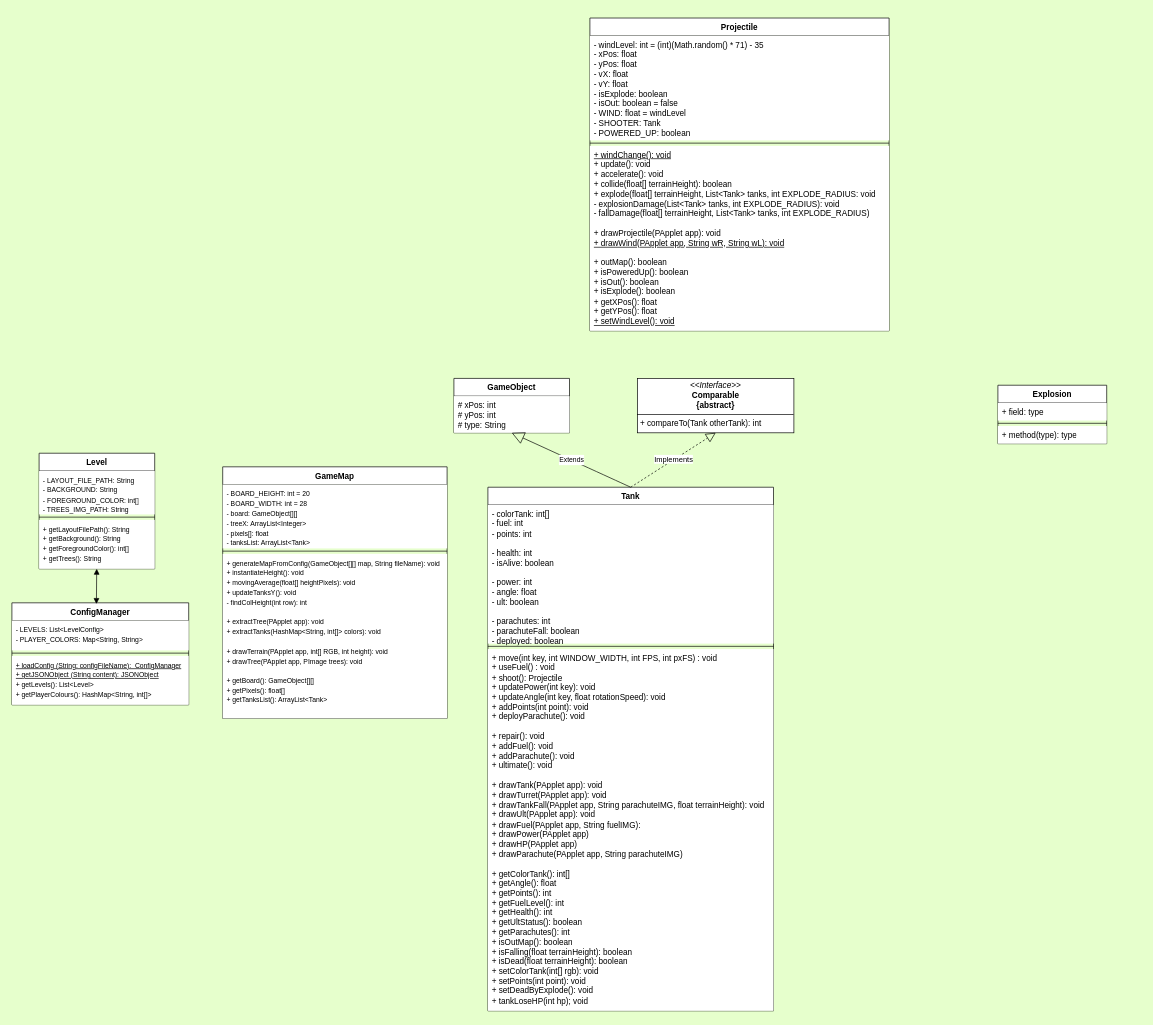
Before: Tanks Layout.drawio in NguyenChHieu/Tanks, a draw.io diagram. Source tidied: cells renumbered, new cells numbered last; positions are measured from the earlier drawing's top-left corner, leaving out a move shared by most shapes. Both pictures are drawn from the tidied source at 68%, with x=0, y=0 at pixel (12, 18).
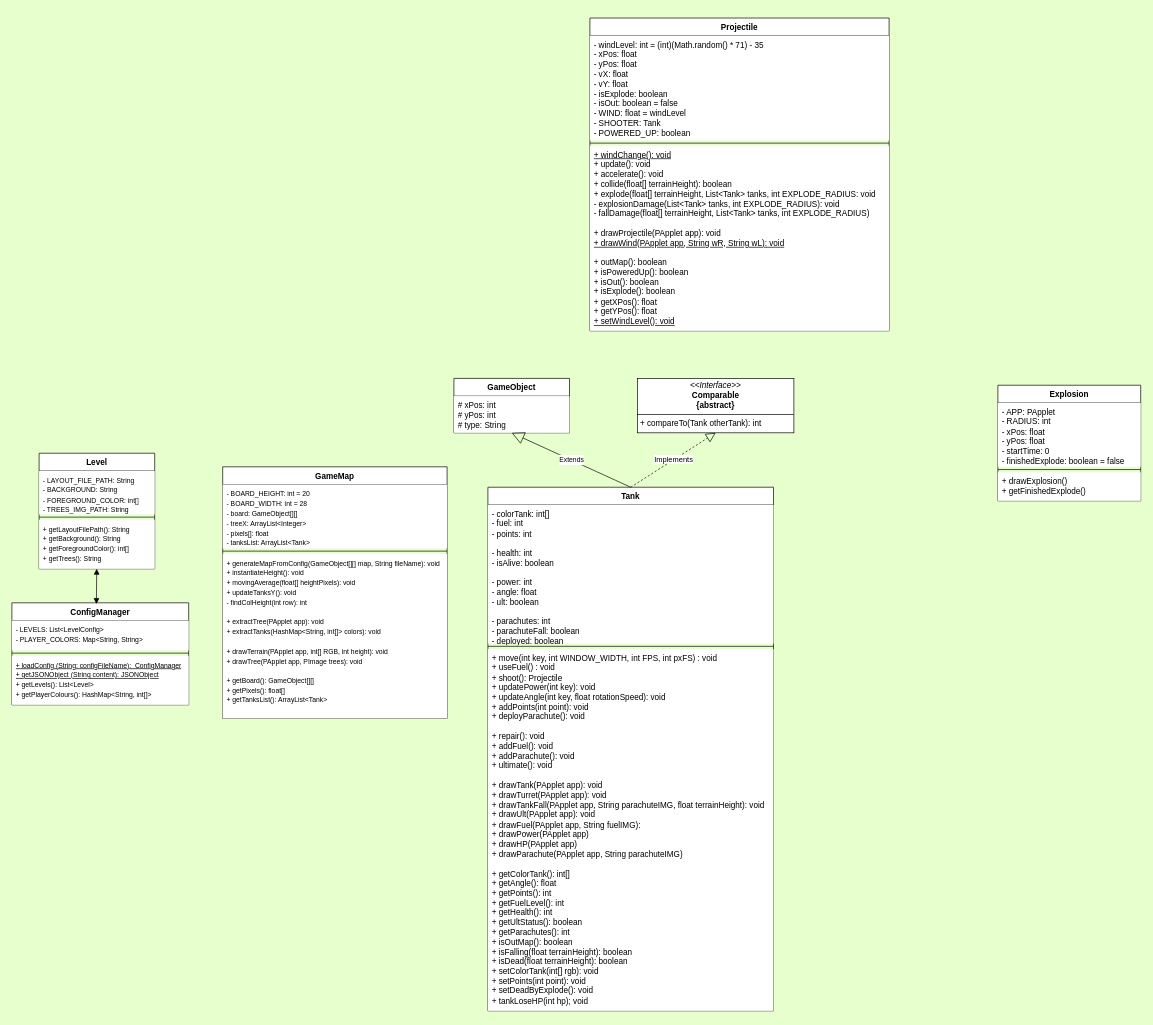
After the change.

The edit, as a diff of the source:
```diff
@@
     <mxCell id="30" value="Explosion" style="swimlane;fontStyle=1;align=center;verticalAlign=top;horizontal=1;startSize=26;whiteSpace=wrap;html=1;" parent="1" vertex="1">
-      <mxGeometry x="1450" y="540" width="160" height="86" as="geometry" />
+      <mxGeometry x="1450" y="540" width="210" height="170" as="geometry" />
     </mxCell>
-    <mxCell id="31" value="+ field: type" style="text;strokeColor=none;fillColor=default;align=left;verticalAlign=top;spacingLeft=4;spacingRight=4;overflow=hidden;whiteSpace=wrap;html=1;" parent="30" vertex="1">
-      <mxGeometry y="26" width="160" height="26" as="geometry" />
+    <mxCell id="31" value="- APP: PApplet&lt;div&gt;- RADIUS: int&lt;br&gt;&lt;/div&gt;&lt;div&gt;- xPos: float&lt;/div&gt;&lt;div&gt;- yPos: float&lt;/div&gt;&lt;div&gt;- startTime: 0&lt;/div&gt;&lt;div&gt;- finishedExplode: boolean = false&lt;/div&gt;" style="text;strokeColor=none;fillColor=default;align=left;verticalAlign=top;spacingLeft=4;spacingRight=4;overflow=hidden;whiteSpace=wrap;html=1;" parent="30" vertex="1">
+      <mxGeometry y="26" width="210" height="94" as="geometry" />
     </mxCell>
     <mxCell id="32" style="line;strokeWidth=1;fillColor=none;align=left;verticalAlign=middle;spacingTop=-1;spacingLeft=3;spacingRight=3;labelPosition=right;strokeColor=inherit;" parent="30" vertex="1">
-      <mxGeometry y="52" width="160" height="8" as="geometry" />
+      <mxGeometry y="120" width="210" height="8" as="geometry" />
     </mxCell>
-    <mxCell id="33" value="+ method(type): type" style="text;strokeColor=none;fillColor=default;align=left;verticalAlign=top;spacingLeft=4;spacingRight=4;overflow=hidden;whiteSpace=wrap;html=1;" parent="30" vertex="1">
-      <mxGeometry y="60" width="160" height="26" as="geometry" />
+    <mxCell id="33" value="+ drawExplosion()&lt;div&gt;+ getFinishedExplode()&lt;/div&gt;" style="text;strokeColor=none;fillColor=default;align=left;verticalAlign=top;spacingLeft=4;spacingRight=4;overflow=hidden;whiteSpace=wrap;html=1;" parent="30" vertex="1">
+      <mxGeometry y="128" width="210" height="42" as="geometry" />
     </mxCell>
```
